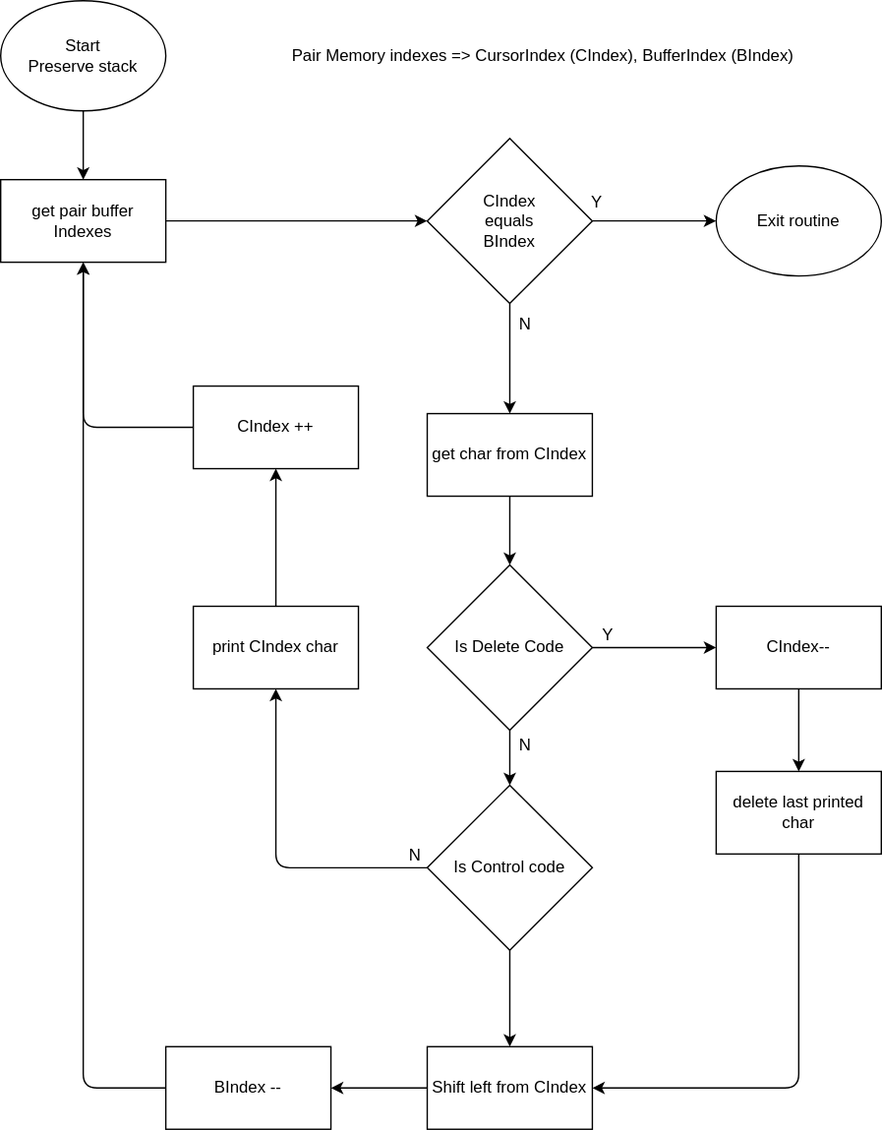
Above: doc/clients/diagrams/print_buffer.drawio.svg in dgzornoza/RetroAdventureCreator (draw.io), before the change. Source tidied: cells renumbered, new cells last; positions are measured from the earlier drawing's top-left corner, leaving out a move shared by most shapes.
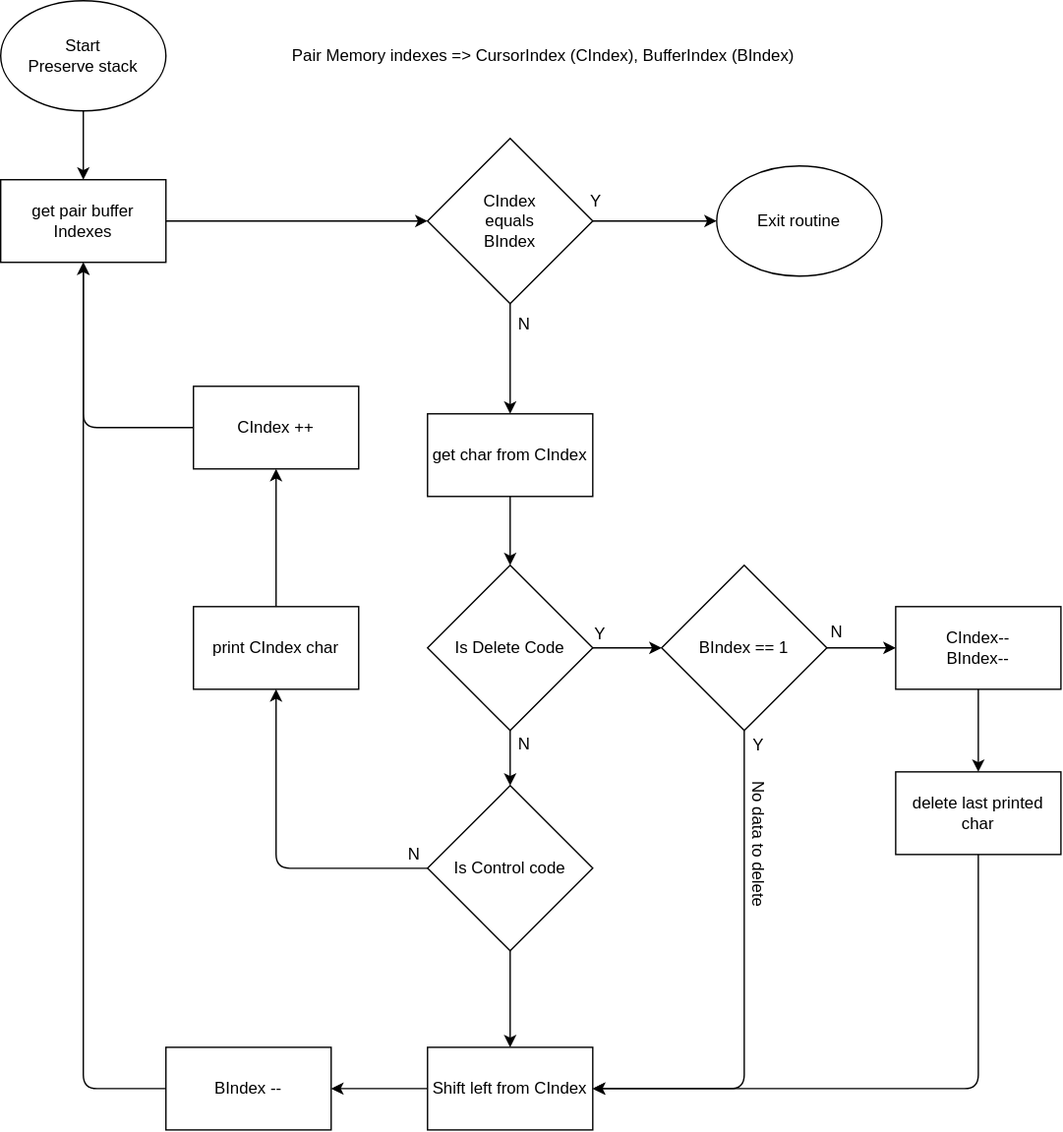
After the change.

The edit, as a diff of the source:
```diff
@@ -45,14 +45,6 @@
     <mxCell id="14" value="get char from CIndex" style="whiteSpace=wrap;html=1;" parent="1" vertex="1">
       <mxGeometry x="310" y="300" width="120" height="60" as="geometry" />
     </mxCell>
-    <mxCell id="15" style="edgeStyle=none;html=1;fontSize=12;" parent="1" edge="1" source="19" target="21">
-      <mxGeometry relative="1" as="geometry" />
-    </mxCell>
-    <mxCell id="16" value="Y" style="edgeLabel;html=1;align=center;verticalAlign=middle;fontSize=12;" parent="15" vertex="1">
-      <mxGeometry x="-0.78" y="3" relative="1" as="geometry">
-        <mxPoint y="-7" as="offset" />
-      </mxGeometry>
-    </mxCell>
     <mxCell id="17" style="edgeStyle=none;html=1;fontSize=12;" parent="1" edge="1" source="19" target="31">
       <mxGeometry relative="1" as="geometry" />
     </mxCell>
@@ -61,14 +53,22 @@
         <mxPoint x="10" y="-2" as="offset" />
       </mxGeometry>
     </mxCell>
+    <mxCell id="36" style="edgeStyle=none;html=1;fontSize=12;" parent="1" edge="1" source="19" target="42">
+      <mxGeometry relative="1" as="geometry" />
+    </mxCell>
+    <mxCell id="37" value="Y" style="edgeLabel;html=1;align=center;verticalAlign=middle;fontSize=12;" parent="36" vertex="1">
+      <mxGeometry x="-0.41" relative="1" as="geometry">
+        <mxPoint x="-10" y="-10" as="offset" />
+      </mxGeometry>
+    </mxCell>
     <mxCell id="19" value="Is Delete Code" style="rhombus;whiteSpace=wrap;html=1;" parent="1" vertex="1">
       <mxGeometry x="310" y="410" width="120" height="120" as="geometry" />
     </mxCell>
     <mxCell id="20" style="edgeStyle=none;html=1;fontSize=12;" parent="1" edge="1" source="21" target="35">
       <mxGeometry relative="1" as="geometry" />
     </mxCell>
-    <mxCell id="21" value="CIndex--" style="whiteSpace=wrap;html=1;" parent="1" vertex="1">
-      <mxGeometry x="520" y="440" width="120" height="60" as="geometry" />
+    <mxCell id="21" value="CIndex--&lt;br&gt;BIndex--" style="whiteSpace=wrap;html=1;" parent="1" vertex="1">
+      <mxGeometry x="650" y="440" width="120" height="60" as="geometry" />
     </mxCell>
     <mxCell id="22" style="edgeStyle=none;html=1;entryX=0.5;entryY=1;entryDx=0;entryDy=0;fontSize=12;" parent="1" edge="1" source="23" target="12">
       <mxGeometry relative="1" as="geometry">
@@ -123,12 +123,38 @@
     <mxCell id="34" style="edgeStyle=none;html=1;entryX=1;entryY=0.5;entryDx=0;entryDy=0;fontSize=12;" parent="1" edge="1" source="35" target="33">
       <mxGeometry relative="1" as="geometry">
         <Array as="points">
-          <mxPoint x="580" y="790" />
+          <mxPoint x="710" y="790" />
         </Array>
       </mxGeometry>
     </mxCell>
     <mxCell id="35" value="delete last printed char" style="whiteSpace=wrap;html=1;" parent="1" vertex="1">
-      <mxGeometry x="520" y="560" width="120" height="60" as="geometry" />
+      <mxGeometry x="650" y="560" width="120" height="60" as="geometry" />
     </mxCell>
+    <mxCell id="38" style="edgeStyle=none;html=1;" parent="1" edge="1" source="42" target="21">
+      <mxGeometry relative="1" as="geometry" />
+    </mxCell>
+    <mxCell id="39" value="N" style="edgeLabel;html=1;align=center;verticalAlign=middle;fontSize=12;" parent="38" vertex="1">
+      <mxGeometry x="-0.41" y="2" relative="1" as="geometry">
+        <mxPoint x="-8" y="-9" as="offset" />
+      </mxGeometry>
+    </mxCell>
+    <mxCell id="40" style="edgeStyle=none;html=1;fontSize=12;entryX=1;entryY=0.5;entryDx=0;entryDy=0;" parent="1" edge="1" source="42" target="33">
+      <mxGeometry relative="1" as="geometry">
+        <Array as="points">
+          <mxPoint x="540" y="790" />
+        </Array>
+      </mxGeometry>
+    </mxCell>
+    <mxCell id="41" value="Y" style="edgeLabel;html=1;align=center;verticalAlign=middle;fontSize=12;" parent="40" vertex="1">
+      <mxGeometry x="-0.85" y="2" relative="1" as="geometry">
+        <mxPoint x="8" y="-18" as="offset" />
+      </mxGeometry>
+    </mxCell>
+    <mxCell id="42" value="BIndex == 1" style="rhombus;whiteSpace=wrap;html=1;" parent="1" vertex="1">
+      <mxGeometry x="480" y="410" width="120" height="120" as="geometry" />
+    </mxCell>
+    <mxCell id="43" value="No data to delete" style="text;html=1;strokeColor=none;fillColor=none;align=left;verticalAlign=middle;whiteSpace=wrap;rounded=0;fontSize=12;rotation=90;" parent="1" vertex="1">
+      <mxGeometry x="500" y="600" width="100" height="30" as="geometry" />
+    </mxCell>
   </root>
 </mxGraphModel>
```
